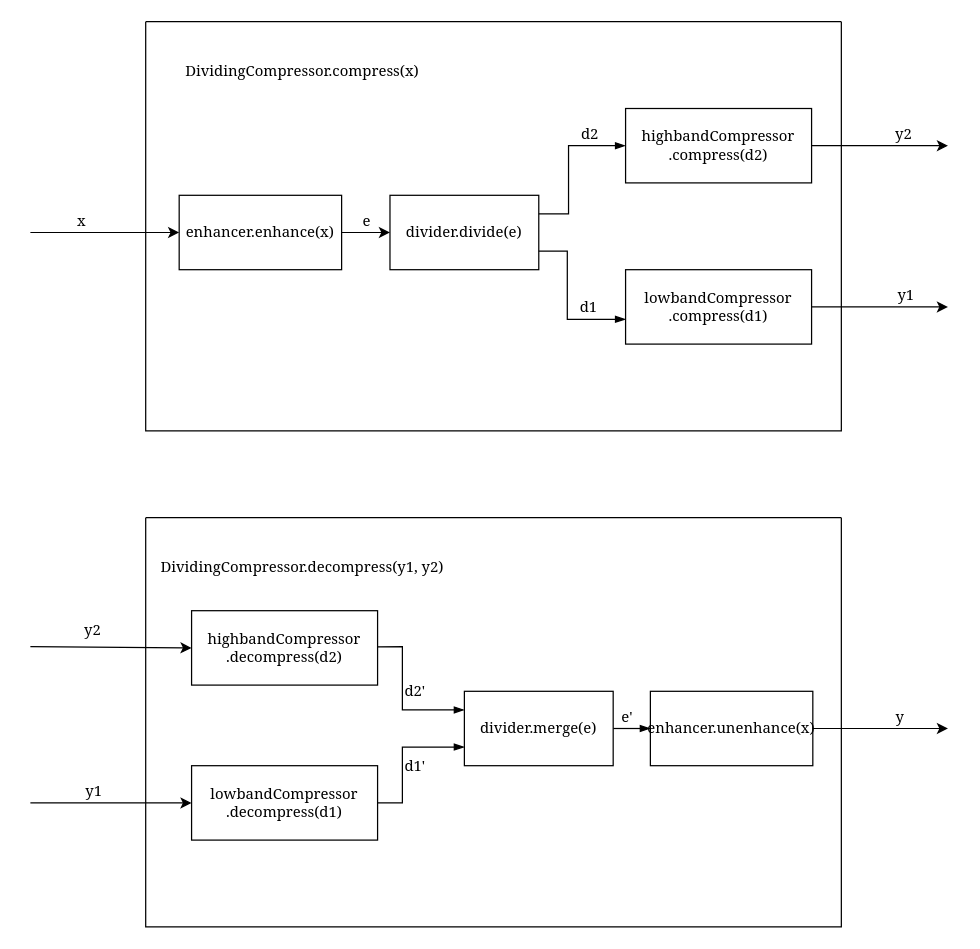
Earlier version of the draw.io diagram Diagrams/FilterBankImpl.drawio (jerzymh/majster). Source tidied: cells renumbered, new cells numbered last; positions are measured from the earlier drawing's top-left corner, leaving out a move shared by most shapes. Both pictures are drawn from the tidied source at 124%, with x=0, y=0 at pixel (30, 21).
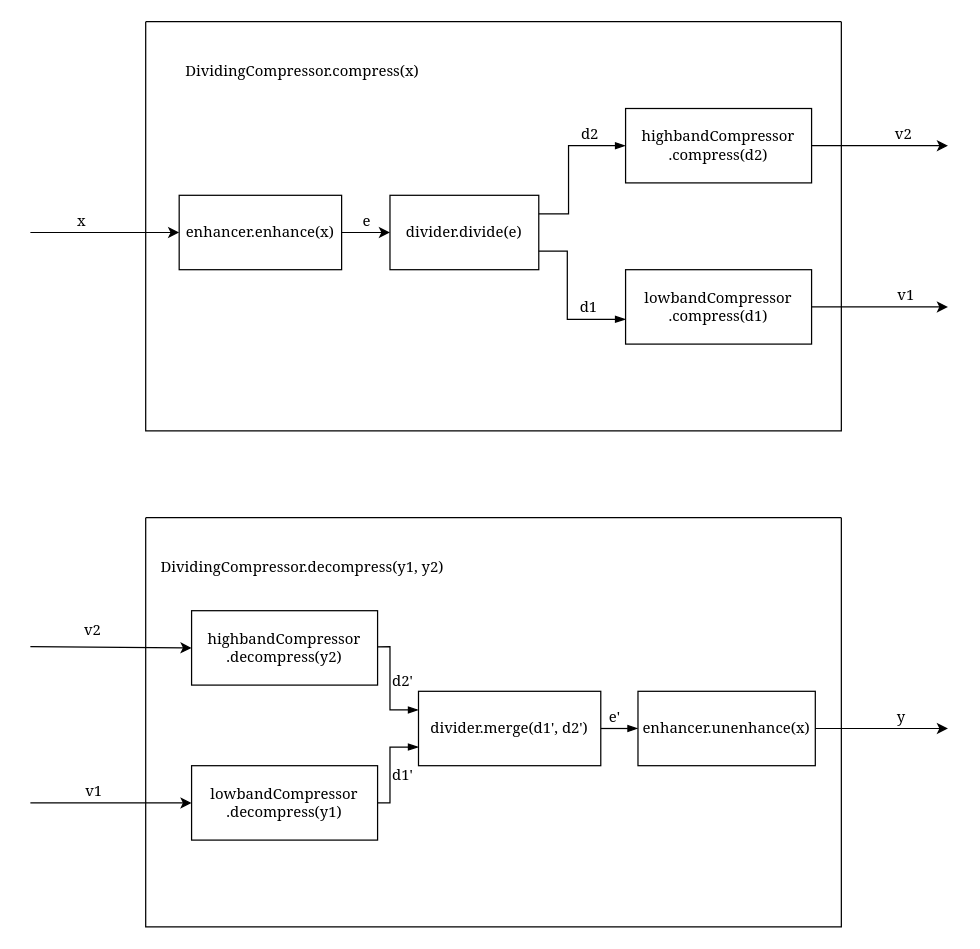
After the change.

Commit message:
filterbank diagram fix

Unchanged cells that the change refers to:
```xml
<mxCell id="16" style="endArrow=classic;html=1;fontFamily=Georgia;fontSize=12;exitX=1;exitY=0.5;exitDx=0;exitDy=0;" parent="1" edge="1" source="3">
  <mxGeometry relative="1" as="geometry">
    <mxPoint x="740" y="100" as="targetPoint" />
  </mxGeometry>
</mxCell>
<mxCell id="18" style="endArrow=classic;html=1;fontFamily=Georgia;fontSize=12;exitX=1;exitY=0.5;exitDx=0;exitDy=0;" parent="1" edge="1" source="4">
  <mxGeometry relative="1" as="geometry">
    <mxPoint x="740" y="230" as="targetPoint" />
  </mxGeometry>
</mxCell>
<mxCell id="20" style="swimlane;startSize=0;fontFamily=Georgia;fontSize=12;" parent="1" vertex="1">
  <mxGeometry x="93" y="400" width="561" height="330" as="geometry" />
</mxCell>
<mxCell id="32" style="endArrow=classic;html=1;fontFamily=Georgia;fontSize=12;entryX=0;entryY=0.5;entryDx=0;entryDy=0;" parent="1" edge="1" target="23">
  <mxGeometry relative="1" as="geometry">
    <mxPoint y="504" as="sourcePoint" />
  </mxGeometry>
</mxCell>
<mxCell id="34" style="endArrow=classic;html=1;fontFamily=Georgia;fontSize=12;entryX=0;entryY=0.5;entryDx=0;entryDy=0;" parent="1" edge="1" target="26">
  <mxGeometry relative="1" as="geometry">
    <mxPoint y="630" as="sourcePoint" />
  </mxGeometry>
</mxCell>
```

Diff of the diagram source:
```diff
@@
-    <mxCell id="17" value="y2" style="edgeLabel;html=1;align=center;verticalAlign=middle;fontSize=12;fontFamily=Georgia;" parent="16" vertex="1">
+    <mxCell id="17" value="v2" style="edgeLabel;html=1;align=center;verticalAlign=middle;fontSize=12;fontFamily=Georgia;" parent="16" vertex="1">
       <mxGeometry x="0.33" relative="1" as="geometry">
         <mxPoint y="-10" as="offset" />
       </mxGeometry>
     </mxCell>
@@
-    <mxCell id="19" value="y1" style="edgeLabel;html=1;align=center;verticalAlign=middle;fontSize=12;fontFamily=Georgia;" parent="18" vertex="1">
+    <mxCell id="19" value="v1" style="edgeLabel;html=1;align=center;verticalAlign=middle;fontSize=12;fontFamily=Georgia;" parent="18" vertex="1">
       <mxGeometry x="0.36" relative="1" as="geometry">
         <mxPoint y="-10" as="offset" />
       </mxGeometry>
     </mxCell>
@@
     <mxCell id="21" style="edgeStyle=none;html=1;fontFamily=Georgia;fontSize=12;endArrow=blockThin;endFill=1;rounded=0;entryX=0;entryY=0.25;entryDx=0;entryDy=0;" parent="20" edge="1" source="23" target="29">
       <mxGeometry relative="1" as="geometry">
         <Array as="points">
-          <mxPoint x="207" y="104" />
-          <mxPoint x="207" y="155" />
+          <mxPoint x="197" y="104" />
+          <mxPoint x="197" y="155" />
         </Array>
       </mxGeometry>
     </mxCell>
@@
-    <mxCell id="23" value="highbandCompressor&lt;br style=&quot;font-size: 12px;&quot;&gt;.decompress(d2)" style="whiteSpace=wrap;html=1;fontFamily=Georgia;fontSize=12;" parent="20" vertex="1">
+    <mxCell id="23" value="highbandCompressor&lt;br style=&quot;font-size: 12px&quot;&gt;.decompress(y2)" style="whiteSpace=wrap;html=1;fontFamily=Georgia;fontSize=12;" parent="20" vertex="1">
       <mxGeometry x="37" y="75" width="150" height="60" as="geometry" />
     </mxCell>
     <mxCell id="24" style="edgeStyle=none;html=1;fontFamily=Georgia;fontSize=12;endArrow=blockThin;endFill=1;rounded=0;entryX=0;entryY=0.75;entryDx=0;entryDy=0;" parent="20" edge="1" source="26" target="29">
       <mxGeometry relative="1" as="geometry">
         <Array as="points">
-          <mxPoint x="207" y="230" />
-          <mxPoint x="207" y="185" />
+          <mxPoint x="197" y="230" />
+          <mxPoint x="197" y="185" />
         </Array>
       </mxGeometry>
     </mxCell>
@@
-    <mxCell id="26" value="lowbandCompressor&lt;br style=&quot;font-size: 12px;&quot;&gt;.decompress(d1)" style="whiteSpace=wrap;html=1;fontFamily=Georgia;fontSize=12;" parent="20" vertex="1">
+    <mxCell id="26" value="lowbandCompressor&lt;br style=&quot;font-size: 12px&quot;&gt;.decompress(y1)" style="whiteSpace=wrap;html=1;fontFamily=Georgia;fontSize=12;" parent="20" vertex="1">
       <mxGeometry x="37" y="200" width="150" height="60" as="geometry" />
     </mxCell>
@@
-    <mxCell id="29" value="divider.merge(e)" style="whiteSpace=wrap;html=1;fontFamily=Georgia;fontSize=12;" parent="20" vertex="1">
-      <mxGeometry x="257" y="140" width="120" height="60" as="geometry" />
+    <mxCell id="29" value="divider.merge(d1', d2')" style="whiteSpace=wrap;html=1;fontFamily=Georgia;fontSize=12;" parent="20" vertex="1">
+      <mxGeometry x="220" y="140" width="147" height="60" as="geometry" />
     </mxCell>
     <mxCell id="30" value="enhancer.unenhance(x)" style="whiteSpace=wrap;html=1;fontFamily=Georgia;fontSize=12;" parent="20" vertex="1">
-      <mxGeometry x="407" y="140" width="131" height="60" as="geometry" />
+      <mxGeometry x="397" y="140" width="143" height="60" as="geometry" />
     </mxCell>
@@
-    <mxCell id="33" value="y2" style="edgeLabel;html=1;align=center;verticalAlign=middle;fontSize=12;fontFamily=Georgia;" parent="32" vertex="1">
+    <mxCell id="33" value="v2" style="edgeLabel;html=1;align=center;verticalAlign=middle;fontSize=12;fontFamily=Georgia;" parent="32" vertex="1">
       <mxGeometry x="-0.27" y="-1" relative="1" as="geometry">
         <mxPoint x="3" y="-15" as="offset" />
       </mxGeometry>
     </mxCell>
@@
-    <mxCell id="35" value="y1" style="edgeLabel;html=1;align=center;verticalAlign=middle;fontSize=12;fontFamily=Georgia;" parent="34" vertex="1">
+    <mxCell id="35" value="v1" style="edgeLabel;html=1;align=center;verticalAlign=middle;fontSize=12;fontFamily=Georgia;" parent="34" vertex="1">
       <mxGeometry x="-0.25" y="-1" relative="1" as="geometry">
         <mxPoint x="1" y="-11" as="offset" />
       </mxGeometry>
     </mxCell>
```
